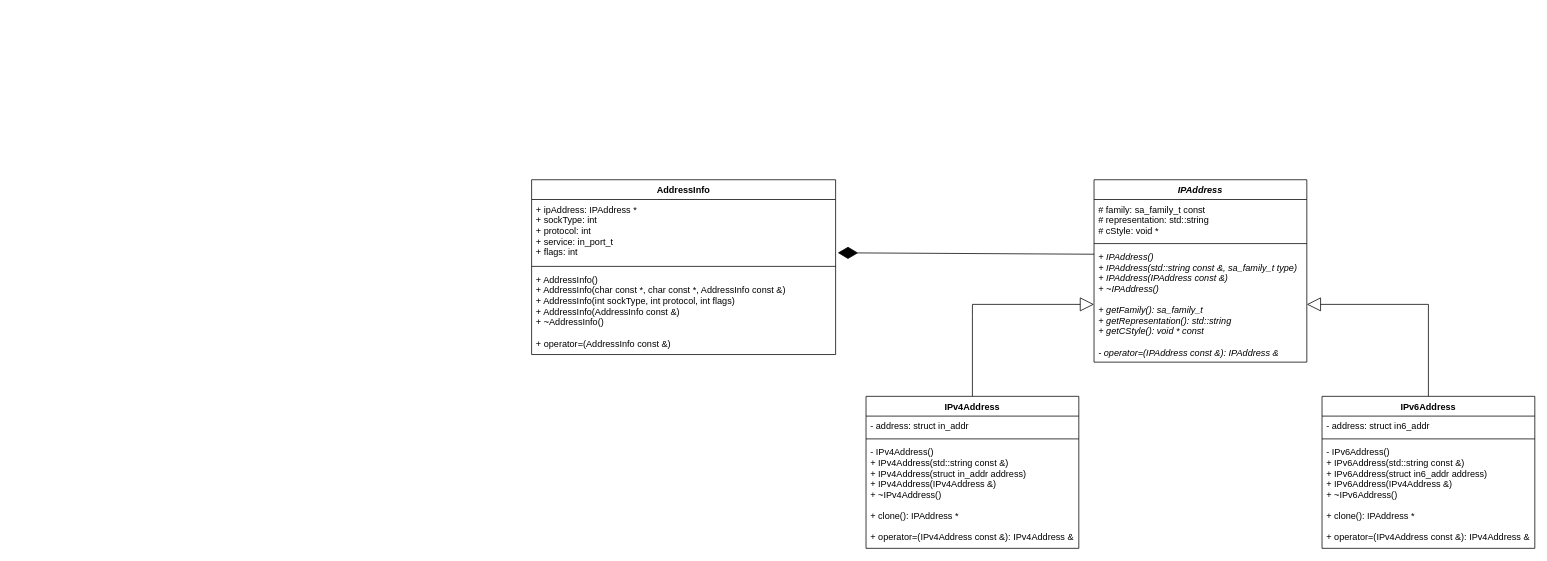
This is docs/DiagramUML.drawio from tbellavia/ft_irc, a draw.io file, before an edit. Source tidied: cells renumbered, new cells numbered last; positions are measured from the earlier drawing's top-left corner, leaving out a move shared by most shapes. Both pictures are drawn from the tidied source at 76%, with x=0, y=0 at pixel (531, 179).
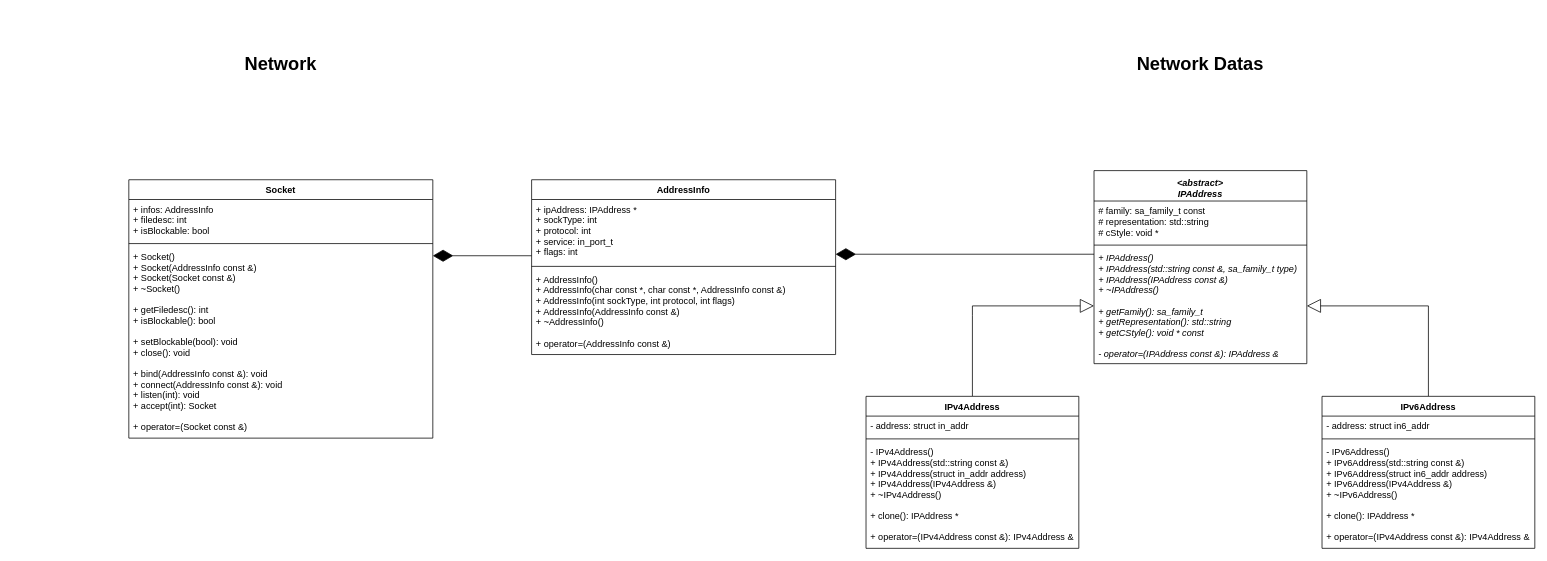
Above is the later version.

Commit message:
Add Socket description

The change refers to these unchanged cells:
```xml
<mxCell id="9" value="+ ipAddress: IPAddress *&#10;+ sockType: int&#10;+ protocol: int&#10;+ service: in_port_t&#10;+ flags: int" style="text;strokeColor=none;fillColor=none;align=left;verticalAlign=top;spacingLeft=4;spacingRight=4;overflow=hidden;points=[[0,0.5],[1,0.5]];portConstraint=eastwest;direction=south;" parent="8" vertex="1">
  <mxGeometry y="26" width="400" height="84" as="geometry" />
</mxCell>
```

The edit, as a diff of the source:
```diff
@@
-    <mxCell id="2" value="IPAddress" style="swimlane;fontStyle=3;align=center;verticalAlign=top;horizontal=1;startSize=26;" parent="1" vertex="1">
-      <mxGeometry x="740" width="280" height="240" as="geometry" />
+    <mxCell id="2" value="&lt;abstract&gt;&#10;IPAddress" style="swimlane;fontStyle=3;align=center;verticalAlign=bottom;horizontal=1;startSize=40;" parent="1" vertex="1">
+      <mxGeometry x="740" y="-12" width="280" height="254" as="geometry" />
     </mxCell>
     <mxCell id="3" value="# family: sa_family_t const&#10;# representation: std::string&#10;# cStyle: void *&#10;" style="text;strokeColor=none;fillColor=none;align=left;verticalAlign=top;spacingLeft=4;spacingRight=4;overflow=hidden;" parent="2" vertex="1">
-      <mxGeometry y="26" width="280" height="54" as="geometry" />
+      <mxGeometry y="40" width="280" height="54" as="geometry" />
     </mxCell>
     <mxCell id="4" style="line;strokeWidth=1;fillColor=none;align=left;verticalAlign=middle;spacingTop=-1;spacingLeft=3;spacingRight=3;labelPosition=right;" parent="2" vertex="1">
-      <mxGeometry y="80" width="280" height="8" as="geometry" />
+      <mxGeometry y="94" width="280" height="8" as="geometry" />
     </mxCell>
     <mxCell id="5" value="+ IPAddress()&#10;+ IPAddress(std::string const &amp;, sa_family_t type)&#10;+ IPAddress(IPAddress const &amp;)&#10;+ ~IPAddress()&#10;&#10;+ getFamily(): sa_family_t&#10;+ getRepresentation(): std::string&#10;+ getCStyle(): void * const&#10;&#10;- operator=(IPAddress const &amp;): IPAddress &amp;" style="text;strokeColor=none;fillColor=none;align=left;verticalAlign=top;spacingLeft=4;spacingRight=4;overflow=hidden;points=[[0,0.5],[1,0.5]];portConstraint=eastwest;fontStyle=2;" parent="2" vertex="1">
-      <mxGeometry y="88" width="280" height="152" as="geometry" />
+      <mxGeometry y="102" width="280" height="152" as="geometry" />
     </mxCell>
     <mxCell id="6" style="endArrow=block;endSize=16;endFill=0;html=1;rounded=0;exitX=0.5;exitY=0;exitDx=0;exitDy=0;entryX=0;entryY=0.5;entryDx=0;entryDy=0;" parent="1" edge="1" target="5">
       <mxGeometry relative="1" as="geometry">
         <mxPoint x="580" y="285" as="sourcePoint" />
         <Array as="points">
           <mxPoint x="580" y="179" />
-          <mxPoint x="580" y="164" />
+          <mxPoint x="580" y="166" />
         </Array>
       </mxGeometry>
     </mxCell>
     <mxCell id="7" style="endArrow=block;endSize=16;endFill=0;html=1;rounded=0;entryX=1;entryY=0.5;entryDx=0;entryDy=0;exitX=0.5;exitY=0;exitDx=0;exitDy=0;" parent="1" edge="1" target="5">
       <mxGeometry relative="1" as="geometry">
         <mxPoint x="1180" y="285" as="sourcePoint" />
         <Array as="points">
-          <mxPoint x="1180" y="164" />
+          <mxPoint x="1180" y="166" />
         </Array>
       </mxGeometry>
     </mxCell>
@@
-    <mxCell id="12" style="endArrow=diamondThin;endFill=1;endSize=24;html=1;rounded=0;entryX=0.835;entryY=-0.007;entryDx=0;entryDy=0;entryPerimeter=0;" parent="1" edge="1" target="9">
+    <mxCell id="12" style="endArrow=diamondThin;endFill=1;endSize=24;html=1;rounded=0;" parent="1" edge="1">
       <mxGeometry relative="1" as="geometry">
         <mxPoint x="740" y="98" as="sourcePoint" />
+        <mxPoint x="400" y="98" as="targetPoint" />
       </mxGeometry>
     </mxCell>
@@
+    <mxCell id="21" value="Socket" style="swimlane;fontStyle=1;align=center;verticalAlign=top;horizontal=1;startSize=26;" parent="1" vertex="1">
+      <mxGeometry x="-530" width="400" height="340" as="geometry" />
+    </mxCell>
+    <mxCell id="22" value="+ infos: AddressInfo&#10;+ filedesc: int&#10;+ isBlockable: bool&#10;" style="text;strokeColor=none;fillColor=none;align=left;verticalAlign=top;spacingLeft=4;spacingRight=4;overflow=hidden;direction=south;" parent="21" vertex="1">
+      <mxGeometry y="26" width="400" height="54" as="geometry" />
+    </mxCell>
+    <mxCell id="23" style="line;strokeWidth=1;fillColor=none;align=left;verticalAlign=middle;spacingTop=-1;spacingLeft=3;spacingRight=3;labelPosition=right;" parent="21" vertex="1">
+      <mxGeometry y="80" width="400" height="8" as="geometry" />
+    </mxCell>
+    <mxCell id="24" value="+ Socket()&#10;+ Socket(AddressInfo const &amp;)&#10;+ Socket(Socket const &amp;)&#10;+ ~Socket()&#10;&#10;+ getFiledesc(): int&#10;+ isBlockable(): bool&#10;&#10;+ setBlockable(bool): void&#10;+ close(): void&#10;&#10;+ bind(AddressInfo const &amp;): void&#10;+ connect(AddressInfo const &amp;): void&#10;+ listen(int): void&#10;+ accept(int): Socket&#10;&#10;+ operator=(Socket const &amp;)&#10;&#10;" style="text;strokeColor=none;fillColor=none;align=left;verticalAlign=top;spacingLeft=4;spacingRight=4;overflow=hidden;fontStyle=0;" parent="21" vertex="1">
+      <mxGeometry y="88" width="400" height="252" as="geometry" />
+    </mxCell>
+    <mxCell id="25" style="endArrow=diamondThin;endFill=1;endSize=24;html=1;rounded=0;" parent="1" edge="1">
+      <mxGeometry relative="1" as="geometry">
+        <mxPoint y="100" as="sourcePoint" />
+        <mxPoint x="-130" y="100" as="targetPoint" />
+      </mxGeometry>
+    </mxCell>
+    <mxCell id="26" value="Network Datas" style="text;align=center;fontStyle=1;verticalAlign=middle;spacingLeft=3;spacingRight=3;strokeColor=none;fontSize=24;" parent="1" vertex="1">
+      <mxGeometry x="526.5" y="-220" width="707" height="130" as="geometry" />
+    </mxCell>
+    <mxCell id="27" value="Network " style="text;align=center;fontStyle=1;verticalAlign=middle;spacingLeft=3;spacingRight=3;strokeColor=none;fontSize=24;" parent="1" vertex="1">
+      <mxGeometry x="-683.5" y="-220" width="707" height="130" as="geometry" />
+    </mxCell>
```
